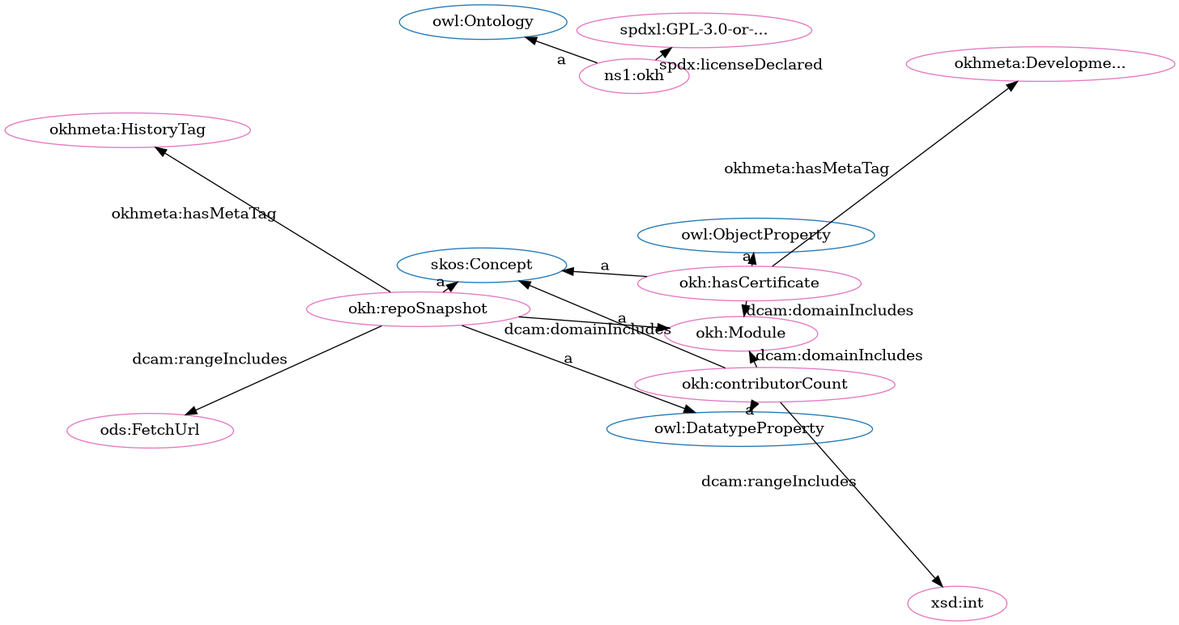
Above: src/spec/fdp_okh_proposed.png in iop-alliance/OpenKnowHow (Graphviz), before the change. Its source is kept beside it as src/spec/fdp_okh_proposed.dot.
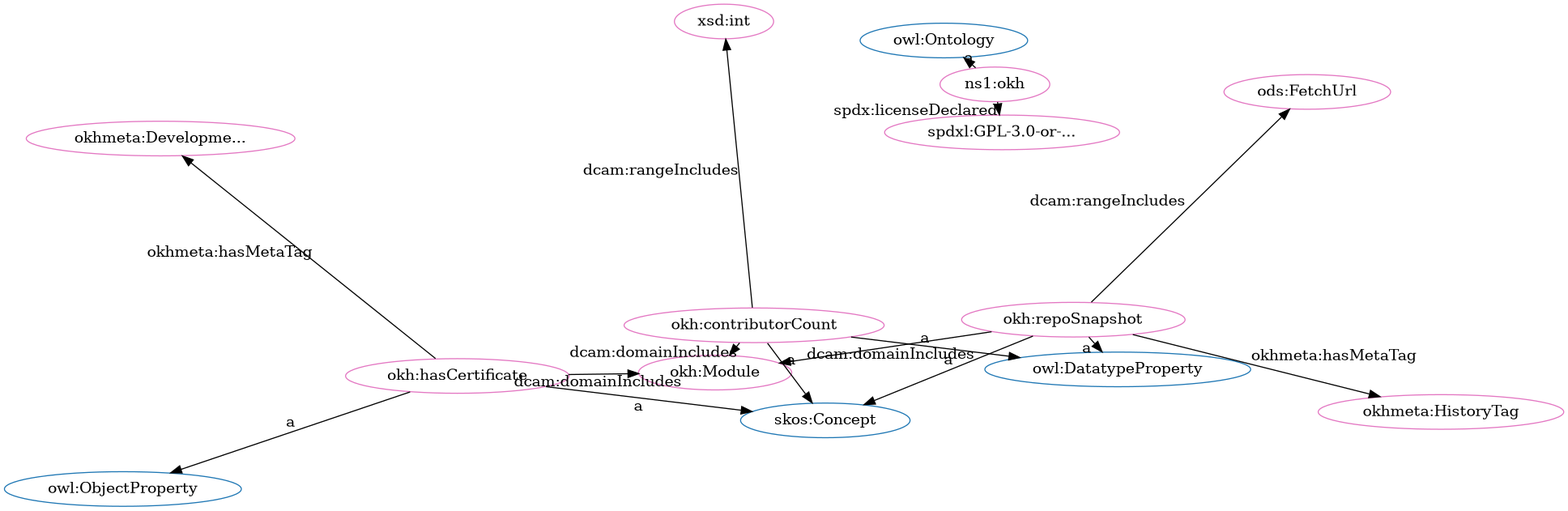
Later version of the same file.

The edit, as a diff of the source:
```diff
@@ -3,31 +3,31 @@
   node[height=.3]
 "http://www.w3.org/2002/07/owl#ObjectProperty" [fillcolor="#1f77b4" color="#1f77b4" label="owl:ObjectProperty"]
 "http://www.w3.org/2002/07/owl#Ontology" [fillcolor="#1f77b4" color="#1f77b4" label="owl:Ontology"]
+"http://www.w3.org/2002/07/owl#DatatypeProperty" [fillcolor="#1f77b4" color="#1f77b4" label="owl:DatatypeProperty"]
 "http://www.w3.org/2004/02/skos/core#Concept" [fillcolor="#1f77b4" color="#1f77b4" label="skos:Concept"]
-"http://www.w3.org/2002/07/owl#DatatypeProperty" [fillcolor="#1f77b4" color="#1f77b4" label="owl:DatatypeProperty"]
-"http://w3id.org/oseg/ont/okhmeta#DevelopmentTag" [fillcolor="#e377c2" color="#e377c2" label="okhmeta:Developme..."]
+"http://w3id.org/oseg/ont/ods#FetchUrl" [fillcolor="#e377c2" color="#e377c2" label="ods:FetchUrl"]
+"http://w3id.org/oseg/ont/okhmeta#HistoryTag" [fillcolor="#e377c2" color="#e377c2" label="okhmeta:HistoryTag"]
+"http://w3id.org/oseg/ont/okh#Module" [fillcolor="#e377c2" color="#e377c2" label="okh:Module"]
 "http://w3id.org/oseg/ont/okh#hasCertificate" [fillcolor="#e377c2" color="#e377c2" label="okh:hasCertificate"]
 "http://w3id.org/oseg/ont/okh#repoSnapshot" [fillcolor="#e377c2" color="#e377c2" label="okh:repoSnapshot"]
-"http://w3id.org/oseg/ont/okh#contributorCount" [fillcolor="#e377c2" color="#e377c2" label="okh:contributorCount"]
-"http://w3id.org/oseg/ont/okh#Module" [fillcolor="#e377c2" color="#e377c2" label="okh:Module"]
-"http://spdx.org/licenses/GPL-3.0-or-later" [fillcolor="#e377c2" color="#e377c2" label="spdxl:GPL-3.0-or-..."]
-"http://w3id.org/oseg/ont/okhmeta#HistoryTag" [fillcolor="#e377c2" color="#e377c2" label="okhmeta:HistoryTag"]
 "http://w3id.org/oseg/ont/okh" [fillcolor="#e377c2" color="#e377c2" label="ns1:okh"]
 "http://www.w3.org/2001/XMLSchema#int" [fillcolor="#e377c2" color="#e377c2" label="xsd:int"]
-"http://w3id.org/oseg/ont/ods#FetchUrl" [fillcolor="#e377c2" color="#e377c2" label="ods:FetchUrl"]
+"http://w3id.org/oseg/ont/okh#contributorCount" [fillcolor="#e377c2" color="#e377c2" label="okh:contributorCount"]
+"http://w3id.org/oseg/ont/okhmeta#DevelopmentTag" [fillcolor="#e377c2" color="#e377c2" label="okhmeta:Developme..."]
+"http://spdx.org/licenses/GPL-3.0-or-later" [fillcolor="#e377c2" color="#e377c2" label="spdxl:GPL-3.0-or-..."]
+  "http://w3id.org/oseg/ont/okh#contributorCount" -> "http://w3id.org/oseg/ont/okh#Module" [label="dcam:domainIncludes"]
+  "http://w3id.org/oseg/ont/okh#hasCertificate" -> "http://w3id.org/oseg/ont/okh#Module" [label="dcam:domainIncludes"]
   "http://w3id.org/oseg/ont/okh#hasCertificate" -> "http://www.w3.org/2002/07/owl#ObjectProperty" [label="a"]
+  "http://w3id.org/oseg/ont/okh#repoSnapshot" -> "http://www.w3.org/2004/02/skos/core#Concept" [label="a"]
+  "http://w3id.org/oseg/ont/okh#contributorCount" -> "http://www.w3.org/2004/02/skos/core#Concept" [label="a"]
+  "http://w3id.org/oseg/ont/okh#hasCertificate" -> "http://www.w3.org/2004/02/skos/core#Concept" [label="a"]
   "http://w3id.org/oseg/ont/okh#repoSnapshot" -> "http://www.w3.org/2002/07/owl#DatatypeProperty" [label="a"]
-  "http://w3id.org/oseg/ont/okh#contributorCount" -> "http://www.w3.org/2004/02/skos/core#Concept" [label="a"]
-  "http://w3id.org/oseg/ont/okh" -> "http://spdx.org/licenses/GPL-3.0-or-later" [label="spdx:licenseDeclared"]
-  "http://w3id.org/oseg/ont/okh#contributorCount" -> "http://www.w3.org/2001/XMLSchema#int" [label="dcam:rangeIncludes"]
-  "http://w3id.org/oseg/ont/okh#hasCertificate" -> "http://w3id.org/oseg/ont/okh#Module" [label="dcam:domainIncludes"]
+  "http://w3id.org/oseg/ont/okh#contributorCount" -> "http://www.w3.org/2002/07/owl#DatatypeProperty" [label="a"]
   "http://w3id.org/oseg/ont/okh#repoSnapshot" -> "http://w3id.org/oseg/ont/ods#FetchUrl" [label="dcam:rangeIncludes"]
-  "http://w3id.org/oseg/ont/okh#contributorCount" -> "http://www.w3.org/2002/07/owl#DatatypeProperty" [label="a"]
-  "http://w3id.org/oseg/ont/okh#contributorCount" -> "http://w3id.org/oseg/ont/okh#Module" [label="dcam:domainIncludes"]
-  "http://w3id.org/oseg/ont/okh#repoSnapshot" -> "http://www.w3.org/2004/02/skos/core#Concept" [label="a"]
   "http://w3id.org/oseg/ont/okh#repoSnapshot" -> "http://w3id.org/oseg/ont/okhmeta#HistoryTag" [label="okhmeta:hasMetaTag"]
   "http://w3id.org/oseg/ont/okh" -> "http://www.w3.org/2002/07/owl#Ontology" [label="a"]
-  "http://w3id.org/oseg/ont/okh#hasCertificate" -> "http://www.w3.org/2004/02/skos/core#Concept" [label="a"]
+  "http://w3id.org/oseg/ont/okh#contributorCount" -> "http://www.w3.org/2001/XMLSchema#int" [label="dcam:rangeIncludes"]
+  "http://w3id.org/oseg/ont/okh#hasCertificate" -> "http://w3id.org/oseg/ont/okhmeta#DevelopmentTag" [label="okhmeta:hasMetaTag"]
+  "http://w3id.org/oseg/ont/okh" -> "http://spdx.org/licenses/GPL-3.0-or-later" [label="spdx:licenseDeclared"]
   "http://w3id.org/oseg/ont/okh#repoSnapshot" -> "http://w3id.org/oseg/ont/okh#Module" [label="dcam:domainIncludes"]
-  "http://w3id.org/oseg/ont/okh#hasCertificate" -> "http://w3id.org/oseg/ont/okhmeta#DevelopmentTag" [label="okhmeta:hasMetaTag"]
 }
```
